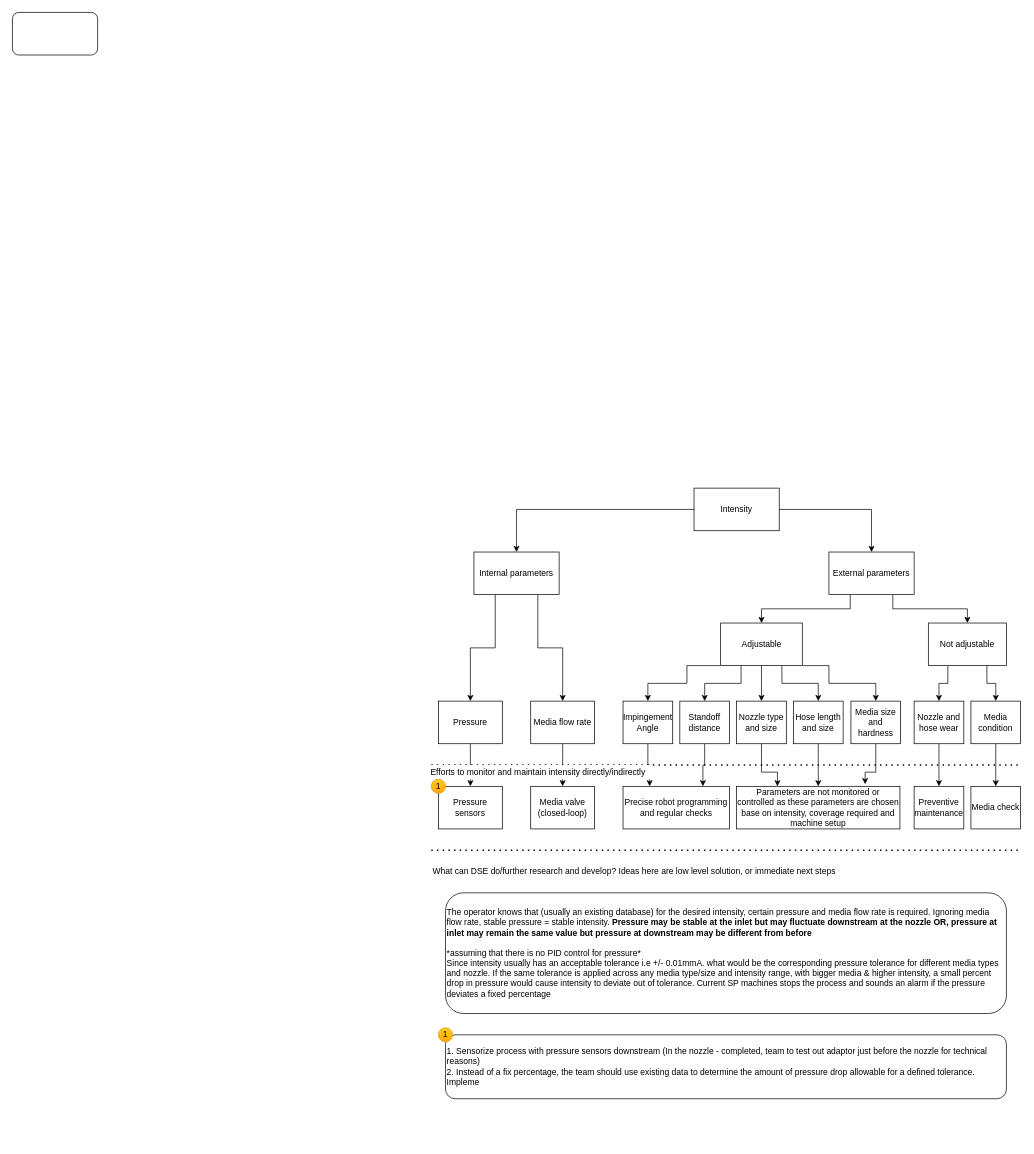
Earlier version of the draw.io diagram SP Monitoring flowchart.drawio (auggie246/SP-Monitoring-stuff). Source tidied: cells renumbered, new cells numbered last; positions are measured from the earlier drawing's top-left corner, leaving out a move shared by most shapes. Both pictures are drawn from the tidied source at 71%, with x=0, y=0 at pixel (12, 12).
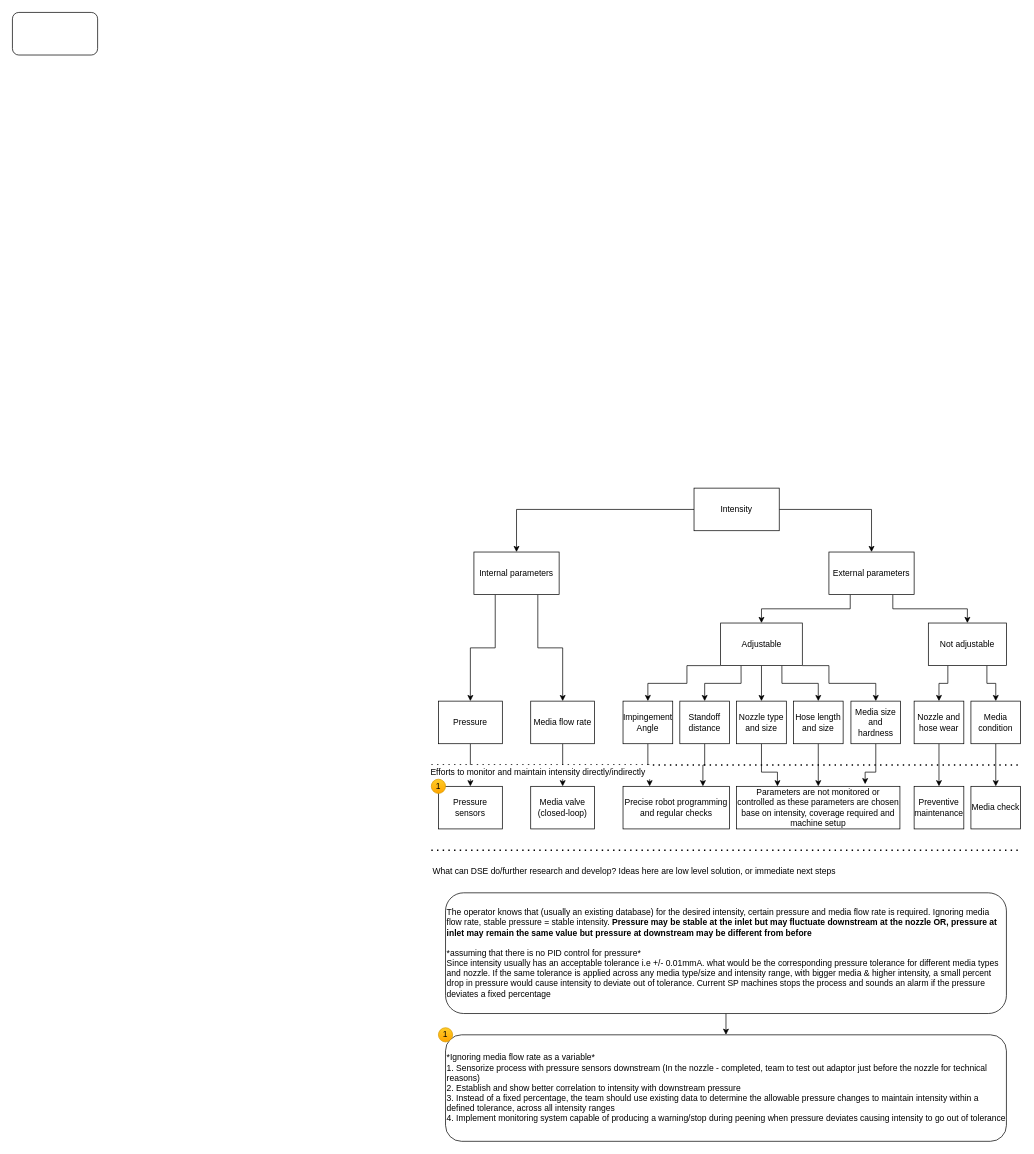
The same page after the edit.

Unchanged cells that the change refers to:
```xml
<mxCell id="50" value="The operator knows that (usually an existing database) for the desired intensity, certain pressure and media flow rate is required. Ignoring media flow rate, stable pressure = stable intensity. &lt;b&gt;Pressure may be stable at the inlet but may fluctuate downstream at the nozzle OR, pressure at inlet may remain the same value but pressure at downstream may be different from before&lt;/b&gt;&lt;br&gt;&lt;br&gt;*assuming that there is no PID control for pressure*&lt;br&gt;Since intensity usually has an acceptable tolerance i.e +/- 0.01mmA. what would be the corresponding pressure tolerance for different media types and nozzle. If the same tolerance is applied across any media type/size and intensity range, with bigger media &amp;amp; higher intensity, a small percent drop in pressure would cause intensity to deviate out of tolerance. Current SP machines stops the process and sounds an alarm if the pressure deviates a fixed percentage&amp;nbsp;" style="rounded=1;whiteSpace=wrap;html=1;fillColor=default;align=left;" parent="1" vertex="1">
  <mxGeometry x="610" y="1240" width="790" height="170" as="geometry" />
</mxCell>
```

What changed in the source:
```diff
@@
-    <mxCell id="48" value="1. Sensorize process with pressure sensors downstream (In the nozzle - completed, team to test out adaptor just before the nozzle for technical reasons)&lt;br&gt;2. Instead of a fix percentage, the team should use existing data to determine the amount of pressure drop allowable for a defined tolerance. Impleme&amp;nbsp;" style="rounded=1;whiteSpace=wrap;html=1;fillColor=default;align=left;" parent="1" vertex="1">
-      <mxGeometry x="610" y="1440" width="790" height="90" as="geometry" />
+    <mxCell id="48" value="*Ignoring media flow rate as a variable*&lt;br&gt;1. Sensorize process with pressure sensors downstream (In the nozzle - completed, team to test out adaptor just before the nozzle for technical reasons)&lt;br&gt;2. Establish and show better correlation to intensity with downstream pressure&lt;br&gt;3. Instead of a fixed percentage, the team should use existing data to determine the allowable pressure changes to maintain intensity within a defined tolerance, across all intensity ranges&lt;br&gt;4. Implement monitoring system capable of producing a warning/stop during peening when pressure deviates causing intensity to go out of tolerance" style="rounded=1;whiteSpace=wrap;html=1;fillColor=default;align=left;" parent="1" vertex="1">
+      <mxGeometry x="610" y="1440" width="790" height="150" as="geometry" />
     </mxCell>
@@
+    <mxCell id="53" style="edgeStyle=orthogonalEdgeStyle;rounded=0;jettySize=auto;html=1;exitX=0.5;exitY=1;exitDx=0;exitDy=0;entryX=0.5;entryY=0;entryDx=0;entryDy=0;" parent="1" edge="1" source="50" target="48">
+      <mxGeometry relative="1" as="geometry" />
+    </mxCell>
```
